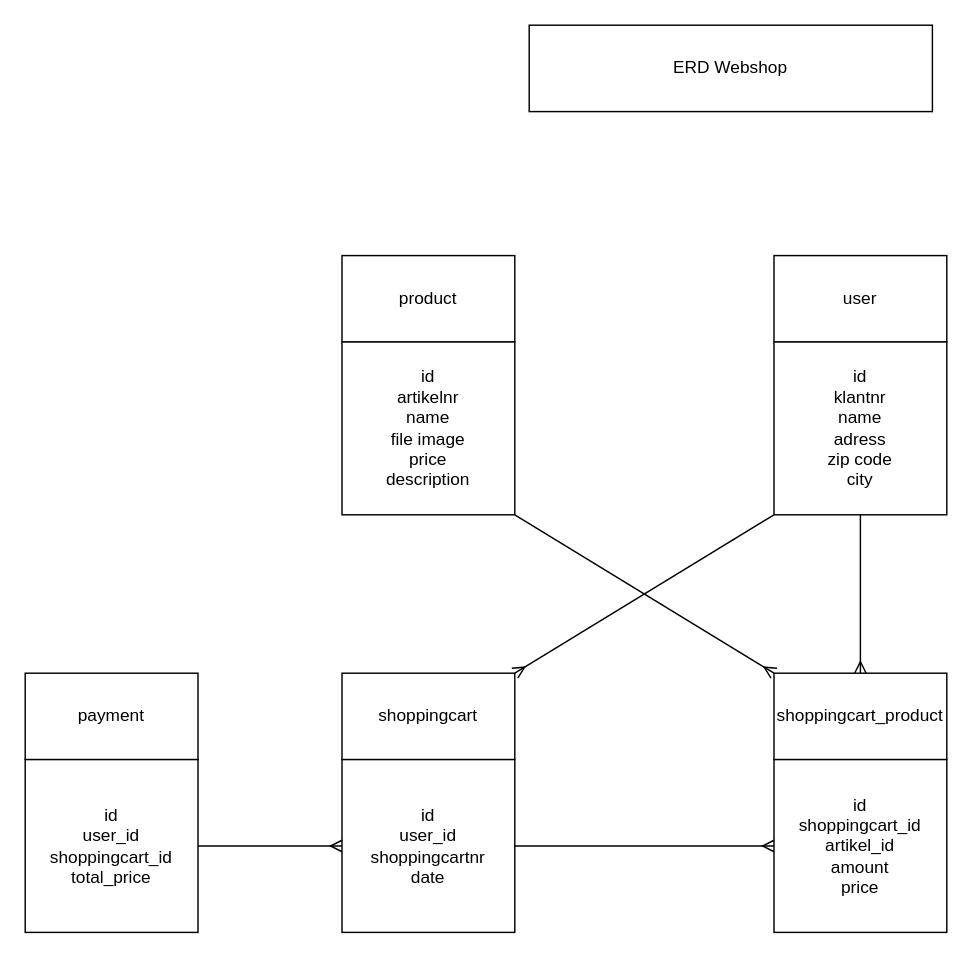
KevinSlieker/educom-webshop-database keeps this draw.io diagram as Diagrams/ERD_3_2_issue#3.drawio. Above is the earlier version. Source tidied: cells renumbered, new cells numbered last; positions are measured from the earlier drawing's top-left corner, leaving out a move shared by most shapes. Both pictures are drawn from the tidied source at 144%, with x=0, y=0 at pixel (24, 24).
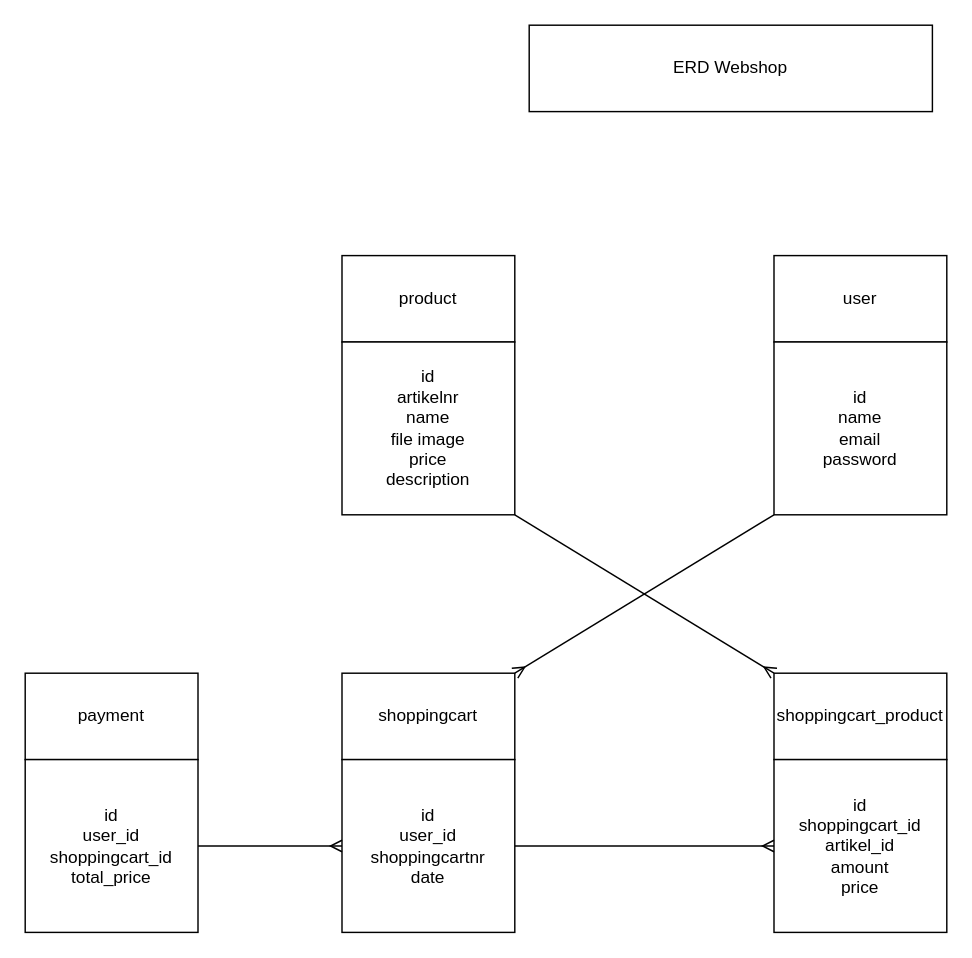
The same page after the edit.

What changed in the source:
```diff
@@
 <mxGraphModel>
   <root>
     <mxCell id="0" />
     <mxCell id="1" parent="0" />
     <mxCell id="2" value="ERD Webshop" style="rounded=0;whiteSpace=wrap;html=1;" parent="1" vertex="1">
       <mxGeometry x="350" width="280" height="60" as="geometry" />
     </mxCell>
     <mxCell id="3" value="user" style="rounded=0;whiteSpace=wrap;html=1;" parent="1" vertex="1">
       <mxGeometry x="520" y="160" width="120" height="60" as="geometry" />
     </mxCell>
-    <mxCell id="4" style="edgeStyle=none;html=1;exitX=0.5;exitY=1;exitDx=0;exitDy=0;entryX=0.5;entryY=0;entryDx=0;entryDy=0;endArrow=ERmany;endFill=0;" parent="1" edge="1" source="6" target="7">
-      <mxGeometry relative="1" as="geometry" />
-    </mxCell>
     <mxCell id="5" style="edgeStyle=none;html=1;exitX=0;exitY=1;exitDx=0;exitDy=0;entryX=1;entryY=0;entryDx=0;entryDy=0;endArrow=ERmany;endFill=0;" parent="1" edge="1" source="6" target="9">
       <mxGeometry relative="1" as="geometry" />
     </mxCell>
-    <mxCell id="6" value="id&lt;br&gt;klantnr&lt;br&gt;name&lt;br&gt;adress&lt;br&gt;zip code&lt;br&gt;city&lt;br&gt;" style="whiteSpace=wrap;html=1;" parent="1" vertex="1">
+    <mxCell id="6" value="id&lt;br&gt;name&lt;br&gt;email&lt;br&gt;password" style="whiteSpace=wrap;html=1;" parent="1" vertex="1">
       <mxGeometry x="520" y="220" width="120" height="120" as="geometry" />
     </mxCell>
     <mxCell id="7" value="shoppingcart_product" style="rounded=0;whiteSpace=wrap;html=1;" parent="1" vertex="1">
       <mxGeometry x="520" y="450" width="120" height="60" as="geometry" />
     </mxCell>
     <mxCell id="8" value="id&lt;br&gt;shoppingcart_id&lt;br&gt;artikel_id&lt;br&gt;amount&lt;br&gt;price&lt;br&gt;" style="whiteSpace=wrap;html=1;" parent="1" vertex="1">
       <mxGeometry x="520" y="510" width="120" height="120" as="geometry" />
     </mxCell>
     <mxCell id="9" value="shoppingcart" style="rounded=0;whiteSpace=wrap;html=1;" parent="1" vertex="1">
       <mxGeometry x="220" y="450" width="120" height="60" as="geometry" />
     </mxCell>
     <mxCell id="10" style="edgeStyle=none;html=1;exitX=1;exitY=0.5;exitDx=0;exitDy=0;endArrow=ERmany;endFill=0;" parent="1" edge="1" source="11" target="8">
       <mxGeometry relative="1" as="geometry" />
     </mxCell>
     <mxCell id="11" value="id&lt;br&gt;user_id&lt;br&gt;shoppingcartnr&lt;br&gt;date" style="whiteSpace=wrap;html=1;" parent="1" vertex="1">
       <mxGeometry x="220" y="510" width="120" height="120" as="geometry" />
     </mxCell>
     <mxCell id="12" value="product" style="rounded=0;whiteSpace=wrap;html=1;" parent="1" vertex="1">
       <mxGeometry x="220" y="160" width="120" height="60" as="geometry" />
     </mxCell>
     <mxCell id="13" style="edgeStyle=none;html=1;exitX=1;exitY=1;exitDx=0;exitDy=0;entryX=0;entryY=0;entryDx=0;entryDy=0;endArrow=ERmany;endFill=0;" parent="1" edge="1" source="14" target="7">
       <mxGeometry relative="1" as="geometry" />
     </mxCell>
     <mxCell id="14" value="id&lt;br&gt;artikelnr&lt;br&gt;name&lt;br&gt;file image&lt;br&gt;price&lt;br&gt;description" style="whiteSpace=wrap;html=1;" parent="1" vertex="1">
       <mxGeometry x="220" y="220" width="120" height="120" as="geometry" />
     </mxCell>
     <mxCell id="15" value="payment" style="rounded=0;whiteSpace=wrap;html=1;" parent="1" vertex="1">
       <mxGeometry y="450" width="120" height="60" as="geometry" />
     </mxCell>
     <mxCell id="16" style="edgeStyle=none;html=1;exitX=1;exitY=0.5;exitDx=0;exitDy=0;entryX=0;entryY=0.5;entryDx=0;entryDy=0;endArrow=ERmany;endFill=0;" parent="1" edge="1" source="17" target="11">
       <mxGeometry relative="1" as="geometry" />
     </mxCell>
     <mxCell id="17" value="id&lt;br&gt;user_id&lt;br&gt;shoppingcart_id&lt;br&gt;total_price" style="whiteSpace=wrap;html=1;" parent="1" vertex="1">
       <mxGeometry y="510" width="120" height="120" as="geometry" />
     </mxCell>
   </root>
 </mxGraphModel>
```
